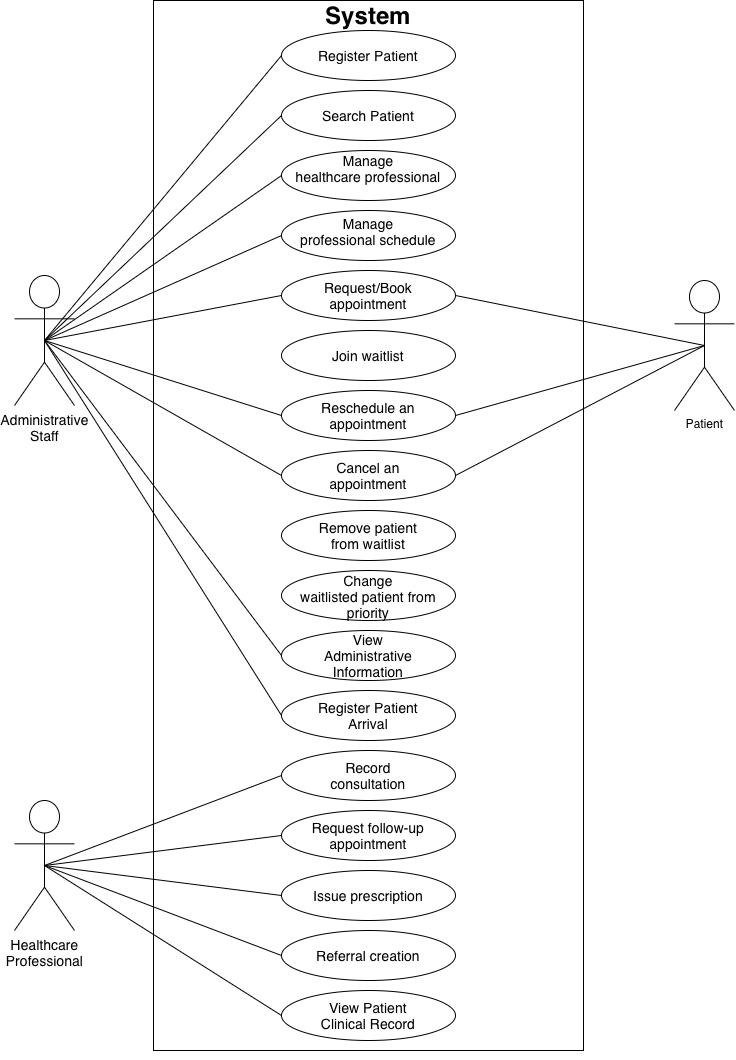
Above: artifacts/use-case-diagram.png in zaifnatra/SOEN342 (draw.io), before the change. Source tidied: cells renumbered, new cells last; positions are measured from the earlier drawing's top-left corner, leaving out a move shared by most shapes.
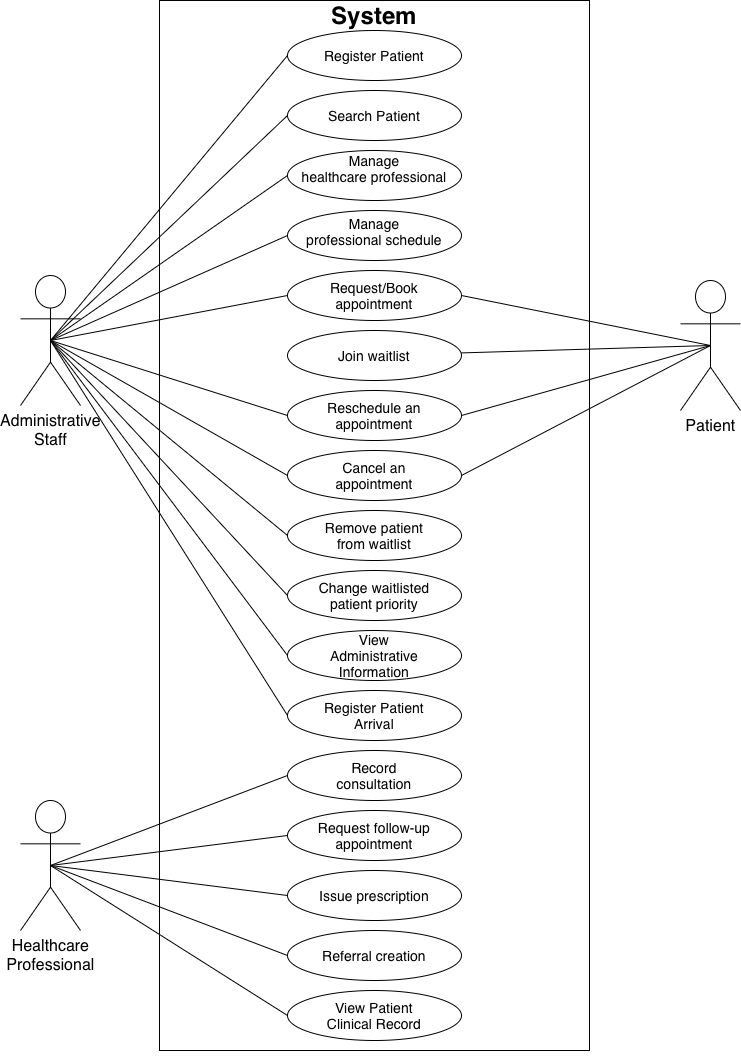
The same diagram one commit later.

Commit message:
docs: added missing lines on use case diagram

What changed in the source:
```diff
@@ -50,77 +50,86 @@
     <mxCell id="17" value="&lt;font style=&quot;font-size: 14px;&quot;&gt;Cancel an appointment&lt;/font&gt;" style="ellipse;whiteSpace=wrap;html=1;shapeInside=1;align=center;" parent="1" vertex="1">
       <mxGeometry x="267" y="450" width="174" height="50" as="geometry" />
     </mxCell>
-    <mxCell id="18" style="rounded=0;jettySize=auto;html=1;exitX=0.5;exitY=0.5;exitDx=0;exitDy=0;exitPerimeter=0;entryX=1;entryY=0.5;entryDx=0;entryDy=0;endArrow=none;endFill=0;" parent="1" edge="1" source="21" target="15">
+    <mxCell id="18" style="rounded=0;jettySize=auto;html=1;exitX=0.5;exitY=0.5;exitDx=0;exitDy=0;exitPerimeter=0;entryX=1;entryY=0.5;entryDx=0;entryDy=0;endArrow=none;endFill=0;" parent="1" edge="1" source="22" target="15">
       <mxGeometry relative="1" as="geometry" />
     </mxCell>
-    <mxCell id="19" style="rounded=0;jettySize=auto;html=1;exitX=0.5;exitY=0.5;exitDx=0;exitDy=0;exitPerimeter=0;entryX=1;entryY=0.5;entryDx=0;entryDy=0;endArrow=none;endFill=0;" parent="1" edge="1" source="21" target="16">
+    <mxCell id="19" style="rounded=0;jettySize=auto;html=1;exitX=0.5;exitY=0.5;exitDx=0;exitDy=0;exitPerimeter=0;entryX=1;entryY=0.5;entryDx=0;entryDy=0;endArrow=none;endFill=0;" parent="1" edge="1" source="22" target="16">
       <mxGeometry relative="1" as="geometry" />
     </mxCell>
-    <mxCell id="20" style="rounded=0;jettySize=auto;html=1;exitX=0.5;exitY=0.5;exitDx=0;exitDy=0;exitPerimeter=0;entryX=1;entryY=0.5;entryDx=0;entryDy=0;endArrow=none;endFill=0;" parent="1" edge="1" source="21" target="17">
+    <mxCell id="20" style="rounded=0;jettySize=auto;html=1;exitX=0.5;exitY=0.5;exitDx=0;exitDy=0;exitPerimeter=0;entryX=1;entryY=0.5;entryDx=0;entryDy=0;endArrow=none;endFill=0;" parent="1" edge="1" source="22" target="17">
       <mxGeometry relative="1" as="geometry" />
     </mxCell>
-    <mxCell id="21" value="Patient" style="shape=umlActor;verticalLabelPosition=bottom;verticalAlign=top;html=1;outlineConnect=0;" parent="1" vertex="1">
-      <mxGeometry x="660" y="280" width="60" height="130" as="geometry" />
+    <mxCell id="21" style="rounded=0;jettySize=auto;html=1;exitX=0.5;exitY=0.5;exitDx=0;exitDy=0;exitPerimeter=0;defaultLabelBackgroundColor=page;labelPadding=0 4;endArrow=none;endFill=0;" parent="1" edge="1" source="22" target="42">
+      <mxGeometry relative="1" as="geometry" />
     </mxCell>
-    <mxCell id="22" style="rounded=0;jettySize=auto;html=1;exitX=0.5;exitY=0.5;exitDx=0;exitDy=0;exitPerimeter=0;entryX=0;entryY=0.5;entryDx=0;entryDy=0;endArrow=none;endFill=0;" parent="1" edge="1" source="26" target="6">
-      <mxGeometry relative="1" as="geometry" />
+    <mxCell id="22" value="&lt;font style=&quot;font-size: 16px;&quot;&gt;Patient&lt;/font&gt;" style="shape=umlActor;verticalLabelPosition=bottom;verticalAlign=top;html=1;outlineConnect=0;" parent="1" vertex="1">
+      <mxGeometry x="660" y="280" width="60" height="130" as="geometry" />
     </mxCell>
-    <mxCell id="23" style="rounded=0;jettySize=auto;html=1;exitX=0.5;exitY=0.5;exitDx=0;exitDy=0;exitPerimeter=0;entryX=0;entryY=0.5;entryDx=0;entryDy=0;endArrow=none;endFill=0;" parent="1" edge="1" source="26" target="10">
+    <mxCell id="23" style="rounded=0;jettySize=auto;html=1;exitX=0.5;exitY=0.5;exitDx=0;exitDy=0;exitPerimeter=0;entryX=0;entryY=0.5;entryDx=0;entryDy=0;endArrow=none;endFill=0;" parent="1" edge="1" source="27" target="6">
       <mxGeometry relative="1" as="geometry" />
     </mxCell>
-    <mxCell id="24" style="rounded=0;jettySize=auto;html=1;exitX=0.5;exitY=0.5;exitDx=0;exitDy=0;exitPerimeter=0;entryX=0;entryY=0.5;entryDx=0;entryDy=0;endArrow=none;endFill=0;" parent="1" edge="1" source="26" target="7">
+    <mxCell id="24" style="rounded=0;jettySize=auto;html=1;exitX=0.5;exitY=0.5;exitDx=0;exitDy=0;exitPerimeter=0;entryX=0;entryY=0.5;entryDx=0;entryDy=0;endArrow=none;endFill=0;" parent="1" edge="1" source="27" target="10">
       <mxGeometry relative="1" as="geometry" />
     </mxCell>
-    <mxCell id="25" style="rounded=0;jettySize=auto;html=1;exitX=0.5;exitY=0.5;exitDx=0;exitDy=0;exitPerimeter=0;entryX=0;entryY=0.5;entryDx=0;entryDy=0;endArrow=none;endFill=0;" parent="1" edge="1" source="26" target="13">
+    <mxCell id="25" style="rounded=0;jettySize=auto;html=1;exitX=0.5;exitY=0.5;exitDx=0;exitDy=0;exitPerimeter=0;entryX=0;entryY=0.5;entryDx=0;entryDy=0;endArrow=none;endFill=0;" parent="1" edge="1" source="27" target="7">
       <mxGeometry relative="1" as="geometry" />
     </mxCell>
-    <mxCell id="26" value="&lt;span style=&quot;font-size: 14px;&quot;&gt;Healthcare&lt;/span&gt;&lt;div&gt;&lt;span style=&quot;font-size: 14px;&quot;&gt;Professional&lt;/span&gt;&lt;/div&gt;" style="shape=umlActor;verticalLabelPosition=bottom;verticalAlign=top;html=1;outlineConnect=0;" parent="1" vertex="1">
-      <mxGeometry y="800" width="60" height="130" as="geometry" />
+    <mxCell id="26" style="rounded=0;jettySize=auto;html=1;exitX=0.5;exitY=0.5;exitDx=0;exitDy=0;exitPerimeter=0;entryX=0;entryY=0.5;entryDx=0;entryDy=0;endArrow=none;endFill=0;" parent="1" edge="1" source="27" target="13">
+      <mxGeometry relative="1" as="geometry" />
     </mxCell>
-    <mxCell id="27" style="rounded=0;jettySize=auto;html=1;exitX=0.5;exitY=0.5;exitDx=0;exitDy=0;exitPerimeter=0;entryX=0;entryY=0.5;entryDx=0;entryDy=0;endArrow=none;endFill=0;" parent="1" edge="1" source="36" target="4">
-      <mxGeometry relative="1" as="geometry" />
+    <mxCell id="27" value="&lt;font style=&quot;font-size: 16px;&quot;&gt;Healthcare&lt;/font&gt;&lt;div&gt;&lt;font style=&quot;font-size: 16px;&quot;&gt;Professional&lt;/font&gt;&lt;/div&gt;" style="shape=umlActor;verticalLabelPosition=bottom;verticalAlign=top;html=1;outlineConnect=0;" parent="1" vertex="1">
+      <mxGeometry y="800" width="60" height="130" as="geometry" />
     </mxCell>
-    <mxCell id="28" style="rounded=0;jettySize=auto;html=1;exitX=0.5;exitY=0.5;exitDx=0;exitDy=0;exitPerimeter=0;entryX=0;entryY=0.5;entryDx=0;entryDy=0;endArrow=none;endFill=0;" parent="1" edge="1" source="36" target="11">
+    <mxCell id="28" style="rounded=0;jettySize=auto;html=1;exitX=0.5;exitY=0.5;exitDx=0;exitDy=0;exitPerimeter=0;entryX=0;entryY=0.5;entryDx=0;entryDy=0;endArrow=none;endFill=0;" parent="1" edge="1" source="39" target="4">
       <mxGeometry relative="1" as="geometry" />
     </mxCell>
-    <mxCell id="29" style="rounded=0;jettySize=auto;html=1;exitX=0.5;exitY=0.5;exitDx=0;exitDy=0;exitPerimeter=0;entryX=0;entryY=0.5;entryDx=0;entryDy=0;endArrow=none;endFill=0;" parent="1" edge="1" source="36" target="8">
+    <mxCell id="29" style="rounded=0;jettySize=auto;html=1;exitX=0.5;exitY=0.5;exitDx=0;exitDy=0;exitPerimeter=0;entryX=0;entryY=0.5;entryDx=0;entryDy=0;endArrow=none;endFill=0;" parent="1" edge="1" source="39" target="11">
       <mxGeometry relative="1" as="geometry" />
     </mxCell>
-    <mxCell id="30" style="rounded=0;jettySize=auto;html=1;exitX=0.5;exitY=0.5;exitDx=0;exitDy=0;exitPerimeter=0;entryX=0;entryY=0.5;entryDx=0;entryDy=0;endArrow=none;endFill=0;" parent="1" edge="1" source="36" target="9">
+    <mxCell id="30" style="rounded=0;jettySize=auto;html=1;exitX=0.5;exitY=0.5;exitDx=0;exitDy=0;exitPerimeter=0;entryX=0;entryY=0.5;entryDx=0;entryDy=0;endArrow=none;endFill=0;" parent="1" edge="1" source="39" target="8">
       <mxGeometry relative="1" as="geometry" />
     </mxCell>
-    <mxCell id="31" style="rounded=0;jettySize=auto;html=1;exitX=0.5;exitY=0.5;exitDx=0;exitDy=0;exitPerimeter=0;entryX=0;entryY=0.5;entryDx=0;entryDy=0;endArrow=none;endFill=0;" parent="1" edge="1" source="36" target="15">
+    <mxCell id="31" style="rounded=0;jettySize=auto;html=1;exitX=0.5;exitY=0.5;exitDx=0;exitDy=0;exitPerimeter=0;entryX=0;entryY=0.5;entryDx=0;entryDy=0;endArrow=none;endFill=0;" parent="1" edge="1" source="39" target="9">
       <mxGeometry relative="1" as="geometry" />
     </mxCell>
-    <mxCell id="32" style="rounded=0;jettySize=auto;html=1;exitX=0.5;exitY=0.5;exitDx=0;exitDy=0;exitPerimeter=0;entryX=0;entryY=0.5;entryDx=0;entryDy=0;endArrow=none;endFill=0;" parent="1" edge="1" source="36" target="16">
+    <mxCell id="32" style="rounded=0;jettySize=auto;html=1;exitX=0.5;exitY=0.5;exitDx=0;exitDy=0;exitPerimeter=0;entryX=0;entryY=0.5;entryDx=0;entryDy=0;endArrow=none;endFill=0;" parent="1" edge="1" source="39" target="15">
       <mxGeometry relative="1" as="geometry" />
     </mxCell>
-    <mxCell id="33" style="rounded=0;jettySize=auto;html=1;exitX=0.5;exitY=0.5;exitDx=0;exitDy=0;exitPerimeter=0;entryX=0;entryY=0.5;entryDx=0;entryDy=0;endArrow=none;endFill=0;" parent="1" edge="1" source="36" target="17">
+    <mxCell id="33" style="rounded=0;jettySize=auto;html=1;exitX=0.5;exitY=0.5;exitDx=0;exitDy=0;exitPerimeter=0;entryX=0;entryY=0.5;entryDx=0;entryDy=0;endArrow=none;endFill=0;" parent="1" edge="1" source="39" target="16">
       <mxGeometry relative="1" as="geometry" />
     </mxCell>
-    <mxCell id="34" style="rounded=0;jettySize=auto;html=1;exitX=0.5;exitY=0.5;exitDx=0;exitDy=0;exitPerimeter=0;entryX=0;entryY=0.5;entryDx=0;entryDy=0;endArrow=none;endFill=0;" parent="1" edge="1" source="36" target="14">
+    <mxCell id="34" style="rounded=0;jettySize=auto;html=1;exitX=0.5;exitY=0.5;exitDx=0;exitDy=0;exitPerimeter=0;entryX=0;entryY=0.5;entryDx=0;entryDy=0;endArrow=none;endFill=0;" parent="1" edge="1" source="39" target="17">
       <mxGeometry relative="1" as="geometry" />
     </mxCell>
-    <mxCell id="35" style="rounded=0;jettySize=auto;html=1;exitX=0.5;exitY=0.5;exitDx=0;exitDy=0;exitPerimeter=0;entryX=0;entryY=0.5;entryDx=0;entryDy=0;endArrow=none;endFill=0;" parent="1" edge="1" source="36" target="12">
+    <mxCell id="35" style="rounded=0;jettySize=auto;html=1;exitX=0.5;exitY=0.5;exitDx=0;exitDy=0;exitPerimeter=0;entryX=0;entryY=0.5;entryDx=0;entryDy=0;endArrow=none;endFill=0;" parent="1" edge="1" source="39" target="14">
       <mxGeometry relative="1" as="geometry" />
     </mxCell>
-    <mxCell id="36" value="&lt;font style=&quot;font-size: 14px;&quot;&gt;Administrative&lt;/font&gt;&lt;div&gt;&lt;font style=&quot;font-size: 14px;&quot;&gt;Staff&lt;/font&gt;&lt;/div&gt;" style="shape=umlActor;verticalLabelPosition=bottom;verticalAlign=top;html=1;outlineConnect=0;" parent="1" vertex="1">
-      <mxGeometry y="275" width="60" height="130" as="geometry" />
+    <mxCell id="36" style="rounded=0;jettySize=auto;html=1;exitX=0.5;exitY=0.5;exitDx=0;exitDy=0;exitPerimeter=0;entryX=0;entryY=0.5;entryDx=0;entryDy=0;endArrow=none;endFill=0;" parent="1" edge="1" source="39" target="12">
+      <mxGeometry relative="1" as="geometry" />
     </mxCell>
-    <mxCell id="37" style="rounded=0;jettySize=auto;html=1;exitX=0;exitY=0.5;exitDx=0;exitDy=0;entryX=0.5;entryY=0.5;entryDx=0;entryDy=0;entryPerimeter=0;endArrow=none;endFill=0;" parent="1" edge="1" source="5" target="26">
+    <mxCell id="37" style="rounded=0;jettySize=auto;html=1;exitX=0.5;exitY=0.5;exitDx=0;exitDy=0;exitPerimeter=0;entryX=0;entryY=0.5;entryDx=0;entryDy=0;defaultLabelBackgroundColor=page;labelPadding=0 4;endArrow=none;endFill=0;" parent="1" edge="1" source="39" target="43">
       <mxGeometry relative="1" as="geometry" />
     </mxCell>
-    <mxCell id="38" style="edgeStyle=orthogonalEdgeStyle;rounded=0;orthogonalLoop=1;jettySize=auto;html=1;innerLoopWaypoints=1;exitX=0.5;exitY=1;exitDx=0;exitDy=0;defaultLabelBackgroundColor=page;" parent="1" edge="1" source="2" target="2">
+    <mxCell id="38" style="rounded=0;jettySize=auto;html=1;exitX=0.5;exitY=0.5;exitDx=0;exitDy=0;exitPerimeter=0;entryX=0;entryY=0.5;entryDx=0;entryDy=0;defaultLabelBackgroundColor=page;labelPadding=0 4;endArrow=none;endFill=0;" parent="1" edge="1" source="39" target="44">
       <mxGeometry relative="1" as="geometry" />
     </mxCell>
-    <mxCell id="39" value="&lt;font style=&quot;font-size: 14px;&quot;&gt;Join waitlist&lt;/font&gt;" style="ellipse;whiteSpace=wrap;html=1;shapeInside=1;align=center;" parent="1" vertex="1">
-      <mxGeometry x="267" y="330" width="174" height="50" as="geometry" />
+    <mxCell id="39" value="&lt;font style=&quot;font-size: 16px;&quot;&gt;Administrative&lt;/font&gt;&lt;div&gt;&lt;font style=&quot;font-size: 16px;&quot;&gt;Staff&lt;/font&gt;&lt;/div&gt;" style="shape=umlActor;verticalLabelPosition=bottom;verticalAlign=top;html=1;outlineConnect=0;" parent="1" vertex="1">
+      <mxGeometry y="275" width="60" height="130" as="geometry" />
     </mxCell>
-    <mxCell id="40" value="&lt;font style=&quot;font-size: 14px;&quot;&gt;Remove patient from waitlist&lt;/font&gt;" style="ellipse;whiteSpace=wrap;html=1;shapeInside=1;align=center;" parent="1" vertex="1">
-      <mxGeometry x="267" y="510" width="174" height="50" as="geometry" />
+    <mxCell id="40" style="rounded=0;jettySize=auto;html=1;exitX=0;exitY=0.5;exitDx=0;exitDy=0;entryX=0.5;entryY=0.5;entryDx=0;entryDy=0;entryPerimeter=0;endArrow=none;endFill=0;" parent="1" edge="1" source="5" target="27">
+      <mxGeometry relative="1" as="geometry" />
     </mxCell>
-    <mxCell id="41" value="&lt;span style=&quot;font-size: 14px;&quot;&gt;Change waitlisted patient from priority&lt;/span&gt;" style="ellipse;whiteSpace=wrap;html=1;shapeInside=1;align=center;" parent="1" vertex="1">
-      <mxGeometry x="267" y="570" width="174" height="50" as="geometry" />
+    <mxCell id="41" style="edgeStyle=orthogonalEdgeStyle;rounded=0;orthogonalLoop=1;jettySize=auto;html=1;innerLoopWaypoints=1;exitX=0.5;exitY=1;exitDx=0;exitDy=0;defaultLabelBackgroundColor=page;" parent="1" edge="1" source="2" target="2">
+      <mxGeometry relative="1" as="geometry" />
     </mxCell>
+    <mxCell id="42" value="&lt;font style=&quot;font-size: 14px;&quot;&gt;Join waitlist&lt;/font&gt;" style="ellipse;whiteSpace=wrap;html=1;shapeInside=1;align=center;" parent="1" vertex="1">
+      <mxGeometry x="267" y="330" width="174" height="50" as="geometry" />
+    </mxCell>
+    <mxCell id="43" value="&lt;font style=&quot;font-size: 14px;&quot;&gt;Remove patient from waitlist&lt;/font&gt;" style="ellipse;whiteSpace=wrap;html=1;shapeInside=1;align=center;" parent="1" vertex="1">
+      <mxGeometry x="267" y="510" width="174" height="50" as="geometry" />
+    </mxCell>
+    <mxCell id="44" value="&lt;span style=&quot;font-size: 14px;&quot;&gt;Change waitlisted patient priority&lt;/span&gt;" style="ellipse;whiteSpace=wrap;html=1;shapeInside=1;align=center;" parent="1" vertex="1">
+      <mxGeometry x="267" y="570" width="174" height="50" as="geometry" />
+    </mxCell>
   </root>
 </mxGraphModel>
```
